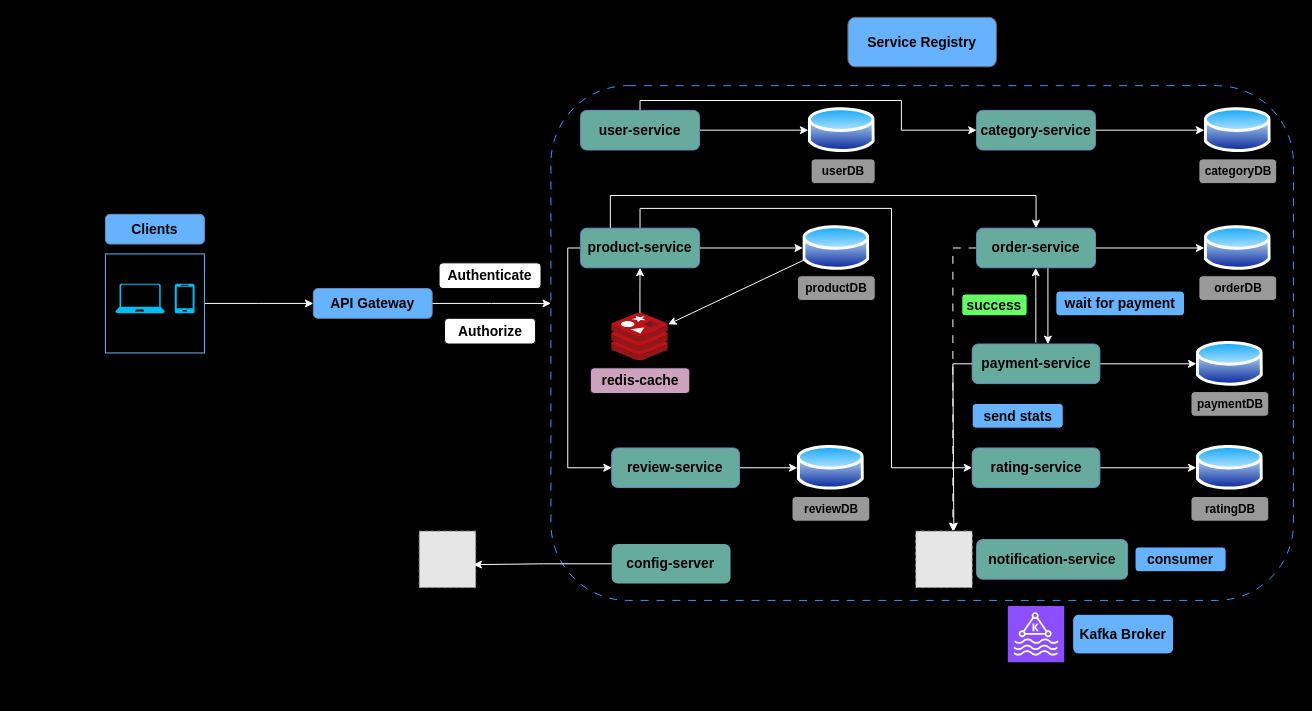
Before: archie.drawio in rohit1039/ultimate-full-stack-E-commerce-app, a draw.io diagram. Source tidied: cells renumbered, new cells numbered last; positions are measured from the earlier drawing's top-left corner, leaving out a move shared by most shapes. Both pictures are drawn from the tidied source at 99%, with x=0, y=0 at pixel (105, 17). Pictures stored in the file or linked from it are replaced by grey dashed boxes.
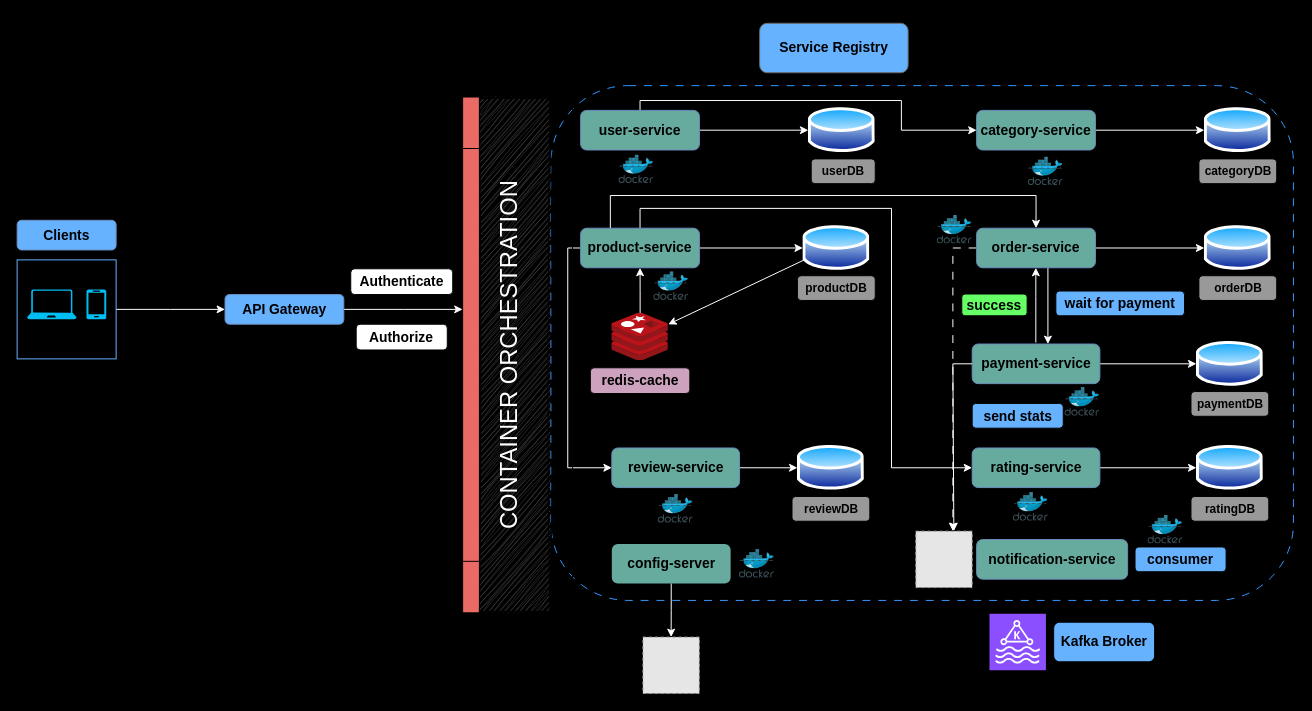
Above is the later version.

Change to the diagram source:
```diff
@@
     <mxCell id="2" style="edgeStyle=orthogonalEdgeStyle;rounded=0;jettySize=auto;html=1;flowAnimation=1;strokeColor=#FFFFFF;" parent="1" edge="1" source="3">
       <mxGeometry relative="1" as="geometry">
-        <mxPoint x="210" y="289" as="targetPoint" />
+        <mxPoint x="120.8" y="295" as="targetPoint" />
       </mxGeometry>
     </mxCell>
     <mxCell id="3" style="whiteSpace=wrap;html=1;fillColor=none;strokeColor=#66B2FF;" parent="1" vertex="1">
-      <mxGeometry y="239" width="100" height="100" as="geometry" />
+      <mxGeometry x="-89.2" y="245" width="100" height="100" as="geometry" />
     </mxCell>
     <mxCell id="4" style="verticalLabelPosition=bottom;html=1;verticalAlign=top;align=center;strokeColor=none;fillColor=#00BEF2;shape=mxgraph.azure.laptop;" parent="1" vertex="1">
-      <mxGeometry x="10" y="269" width="50" height="30" as="geometry" />
+      <mxGeometry x="-79.2" y="275" width="50" height="30" as="geometry" />
     </mxCell>
     <mxCell id="5" style="verticalLabelPosition=bottom;html=1;verticalAlign=top;align=center;strokeColor=none;fillColor=#00BEF2;shape=mxgraph.azure.mobile;" parent="1" vertex="1">
-      <mxGeometry x="70" y="269" width="20" height="30" as="geometry" />
+      <mxGeometry x="-19.2" y="275" width="20" height="30" as="geometry" />
     </mxCell>
     <mxCell id="6" value="&lt;font color=&quot;#000000&quot; style=&quot;font-size: 14px;&quot;&gt;&lt;b&gt;Clients&lt;/b&gt;&lt;/font&gt;" style="rounded=1;whiteSpace=wrap;html=1;fillColor=#66B2FF;strokeColor=#6c8ebf;" parent="1" vertex="1">
-      <mxGeometry y="199" width="100" height="30" as="geometry" />
+      <mxGeometry x="-89.2" y="205" width="100" height="30" as="geometry" />
     </mxCell>
     <mxCell id="7" style="edgeStyle=orthogonalEdgeStyle;rounded=0;jettySize=auto;html=1;flowAnimation=1;strokeColor=#FFFFFF;" parent="1" edge="1" source="8">
       <mxGeometry relative="1" as="geometry">
-        <mxPoint x="450" y="289" as="targetPoint" />
+        <mxPoint x="360.8" y="295" as="targetPoint" />
       </mxGeometry>
     </mxCell>
     <mxCell id="8" value="&lt;font style=&quot;font-size: 14px;&quot;&gt;&lt;b&gt;API Gateway&lt;/b&gt;&lt;/font&gt;" style="rounded=1;whiteSpace=wrap;html=1;fillColor=#66B2FF;strokeColor=#6c8ebf;fillStyle=solid;" parent="1" vertex="1">
-      <mxGeometry x="210" y="274" width="120" height="30" as="geometry" />
+      <mxGeometry x="120.8" y="280" width="120" height="30" as="geometry" />
     </mxCell>
@@
     <mxCell id="10" value="&lt;font color=&quot;#000000&quot; style=&quot;font-size: 14px;&quot;&gt;&lt;b&gt;Service Registry&lt;/b&gt;&lt;/font&gt;" style="rounded=1;whiteSpace=wrap;html=1;fillColor=#66B2FF;fontColor=#333333;strokeColor=#666666;" parent="1" vertex="1">
-      <mxGeometry x="750" width="150" height="50" as="geometry" />
+      <mxGeometry x="660.8" y="6" width="150" height="50" as="geometry" />
     </mxCell>
@@
     <mxCell id="25" value="&lt;font style=&quot;font-size: 14px;&quot;&gt;&lt;b&gt;config-server&lt;/b&gt;&lt;/font&gt;" style="rounded=1;whiteSpace=wrap;html=1;fillColor=#67AB9F;strokeColor=none;" parent="1" vertex="1">
-      <mxGeometry x="511.4" y="532" width="120" height="40" as="geometry" />
+      <mxGeometry x="511.5" y="532" width="120" height="40" as="geometry" />
     </mxCell>
@@
     <mxCell id="30" value="&lt;font style=&quot;font-size: 12px;&quot;&gt;&lt;b&gt;userDB&lt;/b&gt;&lt;/font&gt;" style="rounded=1;whiteSpace=wrap;html=1;fillColor=#999999;" parent="1" vertex="1">
-      <mxGeometry x="712.8" y="143" width="64.7" height="25" as="geometry" />
+      <mxGeometry x="712.9" y="143" width="64.7" height="25" as="geometry" />
     </mxCell>
@@
     <mxCell id="35" style="fillColor=#E6E6E6;strokeColor=#999999;dashed=1;html=1;verticalAlign=top;verticalLabelPosition=bottom;labelBackgroundColor=#ffffff;" parent="1" vertex="1">
-      <mxGeometry x="317" y="519" width="57" height="57" as="geometry" />
+      <mxGeometry x="542.9" y="626" width="57" height="57" as="geometry" />
     </mxCell>
     <mxCell id="36" value="&lt;b&gt;&lt;font style=&quot;font-size: 14px;&quot;&gt;Authenticate&lt;/font&gt;&lt;/b&gt;" style="whiteSpace=wrap;html=1;rounded=1;" parent="1" vertex="1">
-      <mxGeometry x="337" y="248" width="103" height="26" as="geometry" />
+      <mxGeometry x="247.8" y="254" width="103" height="26" as="geometry" />
     </mxCell>
     <mxCell id="37" value="&lt;b&gt;&lt;font style=&quot;font-size: 14px;&quot;&gt;Authorize&lt;/font&gt;&lt;/b&gt;" style="whiteSpace=wrap;html=1;rounded=1;" parent="1" vertex="1">
-      <mxGeometry x="342.5" y="304" width="92" height="26" as="geometry" />
+      <mxGeometry x="253.3" y="310" width="92" height="26" as="geometry" />
     </mxCell>
@@
     <mxCell id="40" style="image;sketch=0;html=1;points=[];align=center;fontSize=12;image=img/lib/mscae/Cache_Redis_Product.svg;" parent="1" vertex="1">
-      <mxGeometry x="511.4" y="299" width="57.1" height="48" as="geometry" />
+      <mxGeometry x="511.5" y="299" width="57.1" height="48" as="geometry" />
     </mxCell>
@@
-    <mxCell id="51" style="edgeStyle=orthogonalEdgeStyle;rounded=0;jettySize=auto;html=1;entryX=0.961;entryY=0.594;entryDx=0;entryDy=0;entryPerimeter=0;strokeColor=#FFFFFF;flowAnimation=1;" parent="1" edge="1" source="25" target="35">
+    <mxCell id="51" style="edgeStyle=orthogonalEdgeStyle;rounded=0;jettySize=auto;html=1;strokeColor=#FFFFFF;flowAnimation=1;" parent="1" edge="1" source="25" target="35">
       <mxGeometry relative="1" as="geometry" />
     </mxCell>
@@
     <mxCell id="53" value="&lt;font style=&quot;font-size: 14px;&quot;&gt;&lt;b&gt;review-service&lt;/b&gt;&lt;/font&gt;" style="rounded=1;whiteSpace=wrap;html=1;fillColor=#67AB9F;strokeColor=#6c8ebf;" parent="1" vertex="1">
-      <mxGeometry x="511.4" y="435" width="129" height="40" as="geometry" />
+      <mxGeometry x="511.5" y="435" width="129" height="40" as="geometry" />
     </mxCell>
@@
+    <mxCell id="64" style="edgeStyle=orthogonalEdgeStyle;rounded=0;jettySize=auto;html=1;" parent="1" edge="1" source="56" target="58">
+      <mxGeometry relative="1" as="geometry" />
+    </mxCell>
     <mxCell id="56" style="sketch=0;points=[[0,0,0],[0.25,0,0],[0.5,0,0],[0.75,0,0],[1,0,0],[0,1,0],[0.25,1,0],[0.5,1,0],[0.75,1,0],[1,1,0],[0,0.25,0],[0,0.5,0],[0,0.75,0],[1,0.25,0],[1,0.5,0],[1,0.75,0]];outlineConnect=0;fontColor=#232F3E;fillColor=#8C4FFF;strokeColor=#ffffff;dashed=0;verticalLabelPosition=bottom;verticalAlign=top;align=center;html=1;fontSize=12;fontStyle=0;shape=mxgraph.aws4.resourceIcon;resIcon=mxgraph.aws4.managed_streaming_for_kafka;" parent="1" vertex="1">
-      <mxGeometry x="911.5" y="594.5" width="57" height="57" as="geometry" />
+      <mxGeometry x="893" y="602.5" width="57" height="57" as="geometry" />
     </mxCell>
@@
     <mxCell id="58" value="&lt;font style=&quot;font-size: 14px;&quot;&gt;&lt;b&gt;Kafka Broker&lt;/b&gt;&lt;/font&gt;" style="rounded=1;whiteSpace=wrap;html=1;fillColor=#66B2FF;" parent="1" vertex="1">
-      <mxGeometry x="977" y="603" width="102" height="40" as="geometry" />
+      <mxGeometry x="957.8" y="611" width="102" height="40" as="geometry" />
     </mxCell>
@@
     <mxCell id="60" style="edgeStyle=orthogonalEdgeStyle;rounded=0;orthogonalLoop=1;jettySize=auto;html=1;exitX=0.25;exitY=0;exitDx=0;exitDy=0;strokeColor=#FFFFFF;flowAnimation=1;entryX=0.231;entryY=1.037;entryDx=0;entryDy=0;entryPerimeter=0;" parent="1" edge="1">
       <mxGeometry relative="1" as="geometry">
         <mxPoint x="939.8" y="328.5" as="sourcePoint" />
-        <mxPoint x="939.7" y="253" as="targetPoint" />
+        <mxPoint x="939.8" y="253" as="targetPoint" />
         <Array as="points">
-          <mxPoint x="939.7" y="282" />
-          <mxPoint x="939.7" y="282" />
+          <mxPoint x="939.8" y="282" />
+          <mxPoint x="939.8" y="282" />
         </Array>
       </mxGeometry>
     </mxCell>
@@
+    <mxCell id="65" style="image;sketch=0;html=1;align=center;fontSize=12;image=img/lib/mscae/Docker.svg;" parent="1" vertex="1">
+      <mxGeometry x="518.6" y="139" width="35.4" height="29" as="geometry" />
+    </mxCell>
+    <mxCell id="66" style="image;sketch=0;html=1;align=center;fontSize=12;image=img/lib/mscae/Docker.svg;" parent="1" vertex="1">
+      <mxGeometry x="553.8" y="257" width="35.4" height="29" as="geometry" />
+    </mxCell>
+    <mxCell id="67" style="image;sketch=0;html=1;align=center;fontSize=12;image=img/lib/mscae/Docker.svg;" parent="1" vertex="1">
+      <mxGeometry x="558.3" y="482" width="35.4" height="29" as="geometry" />
+    </mxCell>
+    <mxCell id="68" style="image;sketch=0;html=1;align=center;fontSize=12;image=img/lib/mscae/Docker.svg;" parent="1" vertex="1">
+      <mxGeometry x="640.4" y="537.5" width="35.4" height="29" as="geometry" />
+    </mxCell>
+    <mxCell id="69" style="image;sketch=0;html=1;align=center;fontSize=12;image=img/lib/mscae/Docker.svg;" parent="1" vertex="1">
+      <mxGeometry x="932.1" y="141" width="35.4" height="29" as="geometry" />
+    </mxCell>
+    <mxCell id="70" style="image;sketch=0;html=1;align=center;fontSize=12;image=img/lib/mscae/Docker.svg;" parent="1" vertex="1">
+      <mxGeometry x="840.1" y="200" width="35.4" height="29" as="geometry" />
+    </mxCell>
+    <mxCell id="71" style="image;sketch=0;html=1;align=center;fontSize=12;image=img/lib/mscae/Docker.svg;" parent="1" vertex="1">
+      <mxGeometry x="969.1" y="374" width="35.4" height="29" as="geometry" />
+    </mxCell>
+    <mxCell id="72" style="image;sketch=0;html=1;align=center;fontSize=12;image=img/lib/mscae/Docker.svg;" parent="1" vertex="1">
+      <mxGeometry x="917" y="480" width="35.4" height="29" as="geometry" />
+    </mxCell>
+    <mxCell id="73" style="image;sketch=0;html=1;align=center;fontSize=12;image=img/lib/mscae/Docker.svg;" parent="1" vertex="1">
+      <mxGeometry x="1053" y="503" width="35.4" height="29" as="geometry" />
+    </mxCell>
+    <mxCell id="74" style="shape=process;whiteSpace=wrap;html=1;backgroundOutline=1;direction=south;fillColor=#EA6B66;" parent="1" vertex="1">
+      <mxGeometry x="360.8" y="80.5" width="17" height="521" as="geometry" />
+    </mxCell>
+    <mxCell id="75" style="whiteSpace=wrap;html=1;fillColor=#4D4D4D;sketch=1;curveFitting=1;jiggle=2;" parent="1" vertex="1">
+      <mxGeometry x="377.8" y="80.5" width="71" height="520.5" as="geometry" />
+    </mxCell>
+    <mxCell id="76" style="rounded=0;whiteSpace=wrap;html=1;direction=north;fillColor=none;" parent="1" vertex="1">
+      <mxGeometry x="377.8" y="82" width="94" height="518" as="geometry" />
+    </mxCell>
+    <mxCell id="77" value="&lt;font style=&quot;font-size: 24px;&quot; color=&quot;#ffffff&quot;&gt;CONTAINER ORCHESTRATION&lt;/font&gt;" style="text;html=1;align=center;verticalAlign=middle;whiteSpace=wrap;rounded=0;rotation=270;" parent="1" vertex="1">
+      <mxGeometry x="151.2" y="326.1" width="514.8" height="30" as="geometry" />
+    </mxCell>
```
